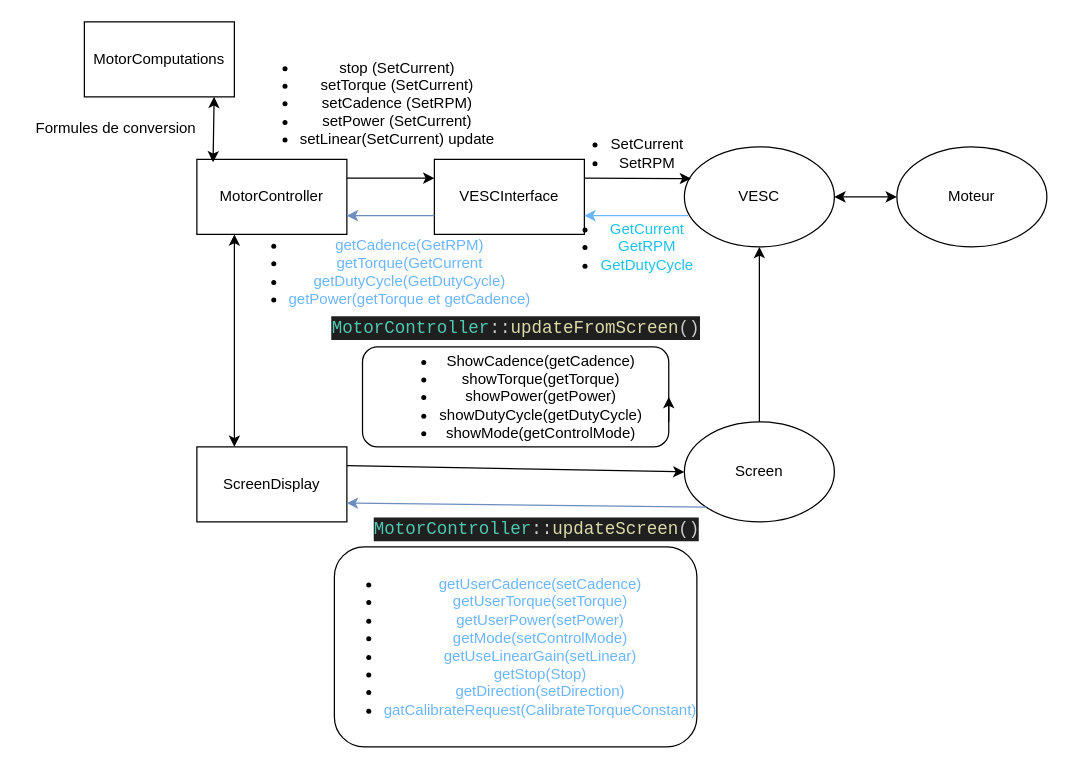
The draw.io diagram Diagramme sans nom.drawio in Yasmine-Salmouni/ProjetControlOdrive, before the edit. Source tidied: cells renumbered, new cells numbered last; positions are measured from the earlier drawing's top-left corner, leaving out a move shared by most shapes. Both pictures are drawn from the tidied source at 125%, with x=0, y=0 at pixel (21, 21).
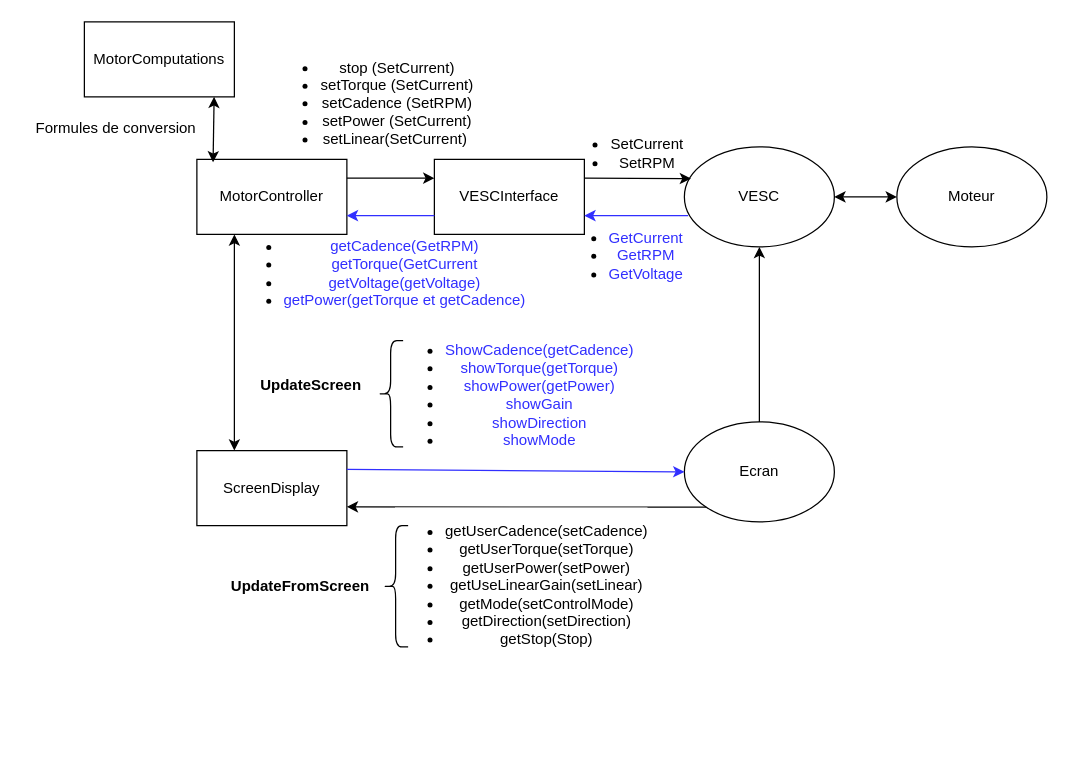
The same page after the edit.

Commit message:
diagramme modules

Unchanged cells that the change refers to:
```xml
<mxCell id="2" value="VESCInterface" style="rounded=0;whiteSpace=wrap;html=1;" parent="1" vertex="1">
  <mxGeometry x="330" y="110" width="120" height="60" as="geometry" />
</mxCell>
<mxCell id="3" value="MotorController" style="rounded=0;whiteSpace=wrap;html=1;" parent="1" vertex="1">
  <mxGeometry x="140" y="110" width="120" height="60" as="geometry" />
</mxCell>
```

Diff of the diagram source:
```diff
@@
     <mxCell id="4" value="ScreenDisplay" style="rounded=0;whiteSpace=wrap;html=1;" parent="1" vertex="1">
-      <mxGeometry x="140" y="340" width="120" height="60" as="geometry" />
+      <mxGeometry x="140" y="343" width="120" height="60" as="geometry" />
     </mxCell>
@@
-    <mxCell id="8" value="Screen" style="ellipse;whiteSpace=wrap;html=1;" parent="1" vertex="1">
+    <mxCell id="8" value="Ecran" style="ellipse;whiteSpace=wrap;html=1;" parent="1" vertex="1">
       <mxGeometry x="530" y="320" width="120" height="80" as="geometry" />
     </mxCell>
-    <mxCell id="9" style="endArrow=classic;html=1;rounded=0;entryX=1;entryY=0.75;entryDx=0;entryDy=0;fillColor=#dae8fc;strokeColor=#6CB5FF;" parent="1" edge="1" target="2">
+    <mxCell id="9" style="endArrow=classic;html=1;rounded=0;entryX=1;entryY=0.75;entryDx=0;entryDy=0;fillColor=#dae8fc;strokeColor=#312FFF;" parent="1" edge="1" target="2">
       <mxGeometry relative="1" as="geometry">
         <mxPoint x="533" y="155" as="sourcePoint" />
       </mxGeometry>
     </mxCell>
@@
-    <mxCell id="12" value="&lt;ul&gt;&lt;li&gt;&lt;font style=&quot;color: light-dark(rgb(30, 194, 235), rgb(237, 237, 237));&quot;&gt;GetCurrent&lt;/font&gt;&lt;/li&gt;&lt;li&gt;&lt;font style=&quot;color: light-dark(rgb(30, 194, 235), rgb(237, 237, 237));&quot;&gt;GetRPM&lt;/font&gt;&lt;/li&gt;&lt;li&gt;&lt;font color=&quot;#1ec2eb&quot;&gt;GetDutyCycle&lt;/font&gt;&lt;/li&gt;&lt;/ul&gt;" style="text;html=1;align=center;verticalAlign=middle;strokeColor=none;fillColor=none;" parent="1" vertex="1">
-      <mxGeometry x="410" y="140" width="140" height="80" as="geometry" />
+    <mxCell id="12" value="&lt;ul&gt;&lt;li&gt;&lt;font style=&quot;color: rgb(49, 47, 255);&quot;&gt;GetCurrent&lt;/font&gt;&lt;/li&gt;&lt;li&gt;&lt;font style=&quot;color: rgb(49, 47, 255);&quot;&gt;GetRPM&lt;/font&gt;&lt;/li&gt;&lt;li&gt;&lt;font style=&quot;color: rgb(49, 47, 255);&quot;&gt;GetVoltage&lt;/font&gt;&lt;/li&gt;&lt;/ul&gt;" style="text;html=1;align=center;verticalAlign=middle;strokeColor=none;fillColor=none;" parent="1" vertex="1">
+      <mxGeometry x="420" y="147" width="117" height="79" as="geometry" />
     </mxCell>
@@
-    <mxCell id="14" style="endArrow=classic;html=1;rounded=0;fillColor=#dae8fc;strokeColor=#6c8ebf;entryX=1;entryY=0.75;entryDx=0;entryDy=0;exitX=0;exitY=0.75;exitDx=0;exitDy=0;" parent="1" edge="1" source="2" target="3">
+    <mxCell id="14" style="endArrow=classic;html=1;rounded=0;fillColor=#dae8fc;strokeColor=#312FFF;entryX=1;entryY=0.75;entryDx=0;entryDy=0;exitX=0;exitY=0.75;exitDx=0;exitDy=0;" parent="1" edge="1" source="2" target="3">
       <mxGeometry relative="1" as="geometry" />
     </mxCell>
-    <mxCell id="15" value="&lt;ul&gt;&lt;li&gt;stop (SetCurrent)&lt;/li&gt;&lt;li&gt;setTorque (SetCurrent)&lt;/li&gt;&lt;li&gt;setCadence (SetRPM)&lt;/li&gt;&lt;li&gt;setPower (SetCurrent)&lt;/li&gt;&lt;li&gt;setLinear(SetCurrent) update&lt;/li&gt;&lt;/ul&gt;" style="text;html=1;align=center;verticalAlign=middle;strokeColor=none;fillColor=none;" parent="1" vertex="1">
-      <mxGeometry x="170" y="10" width="220" height="110" as="geometry" />
+    <mxCell id="15" value="&lt;ul&gt;&lt;li&gt;stop (SetCurrent)&lt;/li&gt;&lt;li&gt;setTorque (SetCurrent)&lt;/li&gt;&lt;li&gt;setCadence (SetRPM)&lt;/li&gt;&lt;li&gt;setPower (SetCurrent)&lt;/li&gt;&lt;li&gt;setLinear(SetCurrent)&amp;nbsp;&lt;/li&gt;&lt;/ul&gt;" style="text;html=1;align=center;verticalAlign=middle;strokeColor=none;fillColor=none;" parent="1" vertex="1">
+      <mxGeometry x="185" y="10" width="190" height="110" as="geometry" />
     </mxCell>
-    <mxCell id="16" value="&lt;ul&gt;&lt;li&gt;&lt;font color=&quot;#6cb5ff&quot;&gt;getCadence(GetRPM)&lt;/font&gt;&lt;/li&gt;&lt;li&gt;&lt;font color=&quot;#6cb5ff&quot;&gt;getTorque(GetCurrent&lt;/font&gt;&lt;/li&gt;&lt;li&gt;&lt;font color=&quot;#6cb5ff&quot;&gt;getDutyCycle(GetDutyCycle)&lt;/font&gt;&lt;/li&gt;&lt;li&gt;&lt;font color=&quot;#6cb5ff&quot;&gt;getPower(getTorque et getCadence)&lt;/font&gt;&lt;/li&gt;&lt;/ul&gt;" style="text;html=1;align=center;verticalAlign=middle;strokeColor=none;fillColor=none;" parent="1" vertex="1">
-      <mxGeometry x="160" y="150" width="260" height="100" as="geometry" />
+    <mxCell id="16" value="&lt;ul&gt;&lt;li&gt;&lt;font style=&quot;color: rgb(49, 47, 255);&quot;&gt;getCadence(GetRPM)&lt;/font&gt;&lt;/li&gt;&lt;li&gt;&lt;font style=&quot;color: rgb(49, 47, 255);&quot;&gt;getTorque(GetCurrent&lt;/font&gt;&lt;/li&gt;&lt;li&gt;&lt;font style=&quot;color: rgb(49, 47, 255);&quot;&gt;getVoltage(getVoltage)&lt;/font&gt;&lt;/li&gt;&lt;li&gt;&lt;font style=&quot;color: rgb(49, 47, 255);&quot;&gt;getPower(getTorque et getCadence)&lt;/font&gt;&lt;/li&gt;&lt;/ul&gt;" style="text;html=1;align=center;verticalAlign=middle;strokeColor=none;fillColor=none;" parent="1" vertex="1">
+      <mxGeometry x="160" y="154" width="251" height="94" as="geometry" />
     </mxCell>
@@
-    <mxCell id="18" style="endArrow=classic;html=1;rounded=0;exitX=1;exitY=0.25;exitDx=0;exitDy=0;entryX=0;entryY=0.5;entryDx=0;entryDy=0;" parent="1" edge="1" source="4" target="8">
+    <mxCell id="18" style="endArrow=classic;html=1;rounded=0;exitX=1;exitY=0.25;exitDx=0;exitDy=0;entryX=0;entryY=0.5;entryDx=0;entryDy=0;fontColor=#312FFF;strokeColor=#312FFF;" parent="1" edge="1" source="4" target="8">
       <mxGeometry relative="1" as="geometry" />
     </mxCell>
@@
-    <mxCell id="20" value="&lt;ul style=&quot;text-wrap-mode: nowrap;&quot;&gt;&lt;li&gt;ShowCadence(getCadence)&lt;/li&gt;&lt;li&gt;showTorque(getTorque)&lt;/li&gt;&lt;li&gt;showPower(getPower)&lt;/li&gt;&lt;li&gt;showDutyCycle(getDutyCycle)&lt;/li&gt;&lt;li&gt;showMode(getControlMode)&lt;/li&gt;&lt;/ul&gt;" style="rounded=1;whiteSpace=wrap;html=1;" parent="1" vertex="1">
-      <mxGeometry x="272.5" y="260" width="245" height="80" as="geometry" />
-    </mxCell>
-    <mxCell id="21" value="&lt;ul style=&quot;text-wrap-mode: nowrap;&quot;&gt;&lt;li&gt;&lt;font style=&quot;color: rgb(108, 181, 255);&quot;&gt;getUserCadence(setCadence)&lt;/font&gt;&lt;/li&gt;&lt;li&gt;&lt;font style=&quot;color: light-dark(rgb(108, 181, 255), rgb(237, 237, 237));&quot;&gt;getUserTorque(setTorque)&lt;/font&gt;&lt;/li&gt;&lt;li&gt;&lt;font style=&quot;color: light-dark(rgb(108, 181, 255), rgb(237, 237, 237));&quot;&gt;getUserPower(setPower)&lt;/font&gt;&lt;/li&gt;&lt;li&gt;&lt;font style=&quot;color: light-dark(rgb(108, 181, 255), rgb(237, 237, 237));&quot;&gt;getMode(setControlMode)&lt;/font&gt;&lt;/li&gt;&lt;li&gt;&lt;font style=&quot;color: light-dark(rgb(108, 181, 255), rgb(237, 237, 237));&quot;&gt;getUseLinearGain(setLinear)&lt;/font&gt;&lt;/li&gt;&lt;li&gt;&lt;font style=&quot;color: light-dark(rgb(108, 181, 255), rgb(237, 237, 237));&quot;&gt;getStop(Stop)&lt;/font&gt;&lt;/li&gt;&lt;li&gt;&lt;font style=&quot;color: light-dark(rgb(108, 181, 255), rgb(237, 237, 237));&quot;&gt;getDirection(setDirection)&lt;/font&gt;&lt;/li&gt;&lt;li&gt;&lt;font style=&quot;color: light-dark(rgb(108, 181, 255), rgb(237, 237, 237));&quot;&gt;gatCalibrateRequest(CalibrateTorqueConstant)&lt;/font&gt;&lt;/li&gt;&lt;/ul&gt;" style="rounded=1;whiteSpace=wrap;html=1;" parent="1" vertex="1">
-      <mxGeometry x="250" y="420" width="290" height="160" as="geometry" />
-    </mxCell>
-    <mxCell id="22" style="endArrow=classic;html=1;rounded=0;fillColor=#dae8fc;strokeColor=#6c8ebf;exitX=0;exitY=1;exitDx=0;exitDy=0;entryX=1;entryY=0.75;entryDx=0;entryDy=0;" parent="1" edge="1" source="8" target="4">
+    <mxCell id="22" style="endArrow=classic;html=1;rounded=0;fillColor=#f5f5f5;strokeColor=#000000;exitX=0;exitY=1;exitDx=0;exitDy=0;entryX=1;entryY=0.75;entryDx=0;entryDy=0;fontColor=#000000;" parent="1" edge="1" source="8" target="4">
       <mxGeometry relative="1" as="geometry" />
     </mxCell>
-    <mxCell id="23" value="&lt;div style=&quot;color: rgb(204, 204, 204); background-color: rgb(31, 31, 31); font-family: Consolas, &amp;quot;Courier New&amp;quot;, monospace; font-size: 14px; line-height: 19px; white-space-collapse: preserve;&quot;&gt;&lt;span style=&quot;color: #4ec9b0;&quot;&gt;MotorController&lt;/span&gt;::&lt;span style=&quot;color: #dcdcaa;&quot;&gt;updateFromScreen&lt;/span&gt;()&lt;/div&gt;" style="text;html=1;align=center;verticalAlign=middle;strokeColor=none;fillColor=none;" parent="1" vertex="1">
-      <mxGeometry x="250" y="230" width="290" height="30" as="geometry" />
-    </mxCell>
-    <mxCell id="24" value="&lt;div style=&quot;color: #cccccc;background-color: #1f1f1f;font-family: Consolas, 'Courier New', monospace;font-weight: normal;font-size: 14px;line-height: 19px;white-space: pre;&quot;&gt;&lt;div&gt;&lt;span style=&quot;color: #4ec9b0;&quot;&gt;MotorController&lt;/span&gt;&lt;span style=&quot;color: #cccccc;&quot;&gt;::&lt;/span&gt;&lt;span style=&quot;color: #dcdcaa;&quot;&gt;updateScreen&lt;/span&gt;&lt;span style=&quot;color: #cccccc;&quot;&gt;()&lt;/span&gt;&lt;/div&gt;&lt;/div&gt;" style="text;whiteSpace=wrap;html=1;" parent="1" vertex="1">
-      <mxGeometry x="280" y="390" width="270" height="40" as="geometry" />
-    </mxCell>
-    <mxCell id="25" style="edgeStyle=orthogonalEdgeStyle;rounded=0;orthogonalLoop=1;jettySize=auto;html=1;exitX=1;exitY=0.75;exitDx=0;exitDy=0;entryX=1;entryY=0.5;entryDx=0;entryDy=0;" parent="1" edge="1" source="20" target="20">
-      <mxGeometry relative="1" as="geometry" />
-    </mxCell>
@@
+    <mxCell id="29" value="&lt;ul style=&quot;forced-color-adjust: none; color: rgb(0, 0, 0); font-family: Helvetica; font-size: 12px; font-style: normal; font-variant-ligatures: normal; font-variant-caps: normal; font-weight: 400; letter-spacing: normal; orphans: 2; text-align: center; text-indent: 0px; text-transform: none; widows: 2; word-spacing: 0px; -webkit-text-stroke-width: 0px; white-space: nowrap; text-decoration-thickness: initial; text-decoration-style: initial; text-decoration-color: initial;&quot;&gt;&lt;li style=&quot;forced-color-adjust: none;&quot;&gt;&lt;font style=&quot;forced-color-adjust: none; color: light-dark(rgb(49, 47, 255), rgb(172, 170, 255));&quot;&gt;ShowCadence(getCadence)&lt;/font&gt;&lt;/li&gt;&lt;li style=&quot;forced-color-adjust: none;&quot;&gt;&lt;font style=&quot;forced-color-adjust: none; color: light-dark(rgb(49, 47, 255), rgb(172, 170, 255));&quot;&gt;showTorque(getTorque)&lt;/font&gt;&lt;/li&gt;&lt;li style=&quot;forced-color-adjust: none;&quot;&gt;&lt;font style=&quot;forced-color-adjust: none; color: light-dark(rgb(49, 47, 255), rgb(172, 170, 255));&quot;&gt;showPower(getPower)&lt;/font&gt;&lt;/li&gt;&lt;li style=&quot;forced-color-adjust: none;&quot;&gt;&lt;font style=&quot;forced-color-adjust: none; color: light-dark(rgb(49, 47, 255), rgb(172, 170, 255));&quot;&gt;showGain&lt;/font&gt;&lt;/li&gt;&lt;li style=&quot;forced-color-adjust: none;&quot;&gt;&lt;font style=&quot;forced-color-adjust: none; color: light-dark(rgb(49, 47, 255), rgb(172, 170, 255));&quot;&gt;showDirection&lt;/font&gt;&lt;/li&gt;&lt;li style=&quot;forced-color-adjust: none;&quot;&gt;&lt;font style=&quot;forced-color-adjust: none; color: light-dark(rgb(49, 47, 255), rgb(172, 170, 255));&quot;&gt;showMode&lt;/font&gt;&lt;/li&gt;&lt;/ul&gt;" style="text;whiteSpace=wrap;html=1;labelBackgroundColor=default;" parent="1" vertex="1">
+      <mxGeometry x="297" y="237" width="219" height="132" as="geometry" />
+    </mxCell>
+    <mxCell id="30" value="&lt;ul style=&quot;forced-color-adjust: none; color: rgb(0, 0, 0); font-family: Helvetica; font-size: 12px; font-style: normal; font-variant-ligatures: normal; font-variant-caps: normal; font-weight: 400; letter-spacing: normal; orphans: 2; text-align: center; text-indent: 0px; text-transform: none; widows: 2; word-spacing: 0px; -webkit-text-stroke-width: 0px; white-space: nowrap; text-decoration-thickness: initial; text-decoration-style: initial; text-decoration-color: initial;&quot;&gt;&lt;li style=&quot;forced-color-adjust: none;&quot;&gt;&lt;font style=&quot;forced-color-adjust: none; color: light-dark(rgb(0, 0, 0), rgb(237, 237, 237));&quot;&gt;getUserCadence(setCadence)&lt;/font&gt;&lt;/li&gt;&lt;li style=&quot;forced-color-adjust: none;&quot;&gt;&lt;font style=&quot;forced-color-adjust: none; color: light-dark(rgb(0, 0, 0), rgb(237, 237, 237));&quot;&gt;getUserTorque(setTorque)&lt;/font&gt;&lt;/li&gt;&lt;li style=&quot;forced-color-adjust: none;&quot;&gt;&lt;font style=&quot;forced-color-adjust: none; color: light-dark(rgb(0, 0, 0), rgb(237, 237, 237));&quot;&gt;getUserPower(setPower)&lt;/font&gt;&lt;/li&gt;&lt;li style=&quot;forced-color-adjust: none;&quot;&gt;&lt;font style=&quot;forced-color-adjust: none; color: light-dark(rgb(0, 0, 0), rgb(237, 237, 237));&quot;&gt;getUseLinearGain(setLinear)&lt;/font&gt;&lt;/li&gt;&lt;li style=&quot;forced-color-adjust: none;&quot;&gt;&lt;font style=&quot;forced-color-adjust: none; color: light-dark(rgb(0, 0, 0), rgb(237, 237, 237));&quot;&gt;getMode(setControlMode)&lt;/font&gt;&lt;/li&gt;&lt;li style=&quot;forced-color-adjust: none;&quot;&gt;&lt;font style=&quot;forced-color-adjust: none; color: light-dark(rgb(0, 0, 0), rgb(237, 237, 237));&quot;&gt;getDirection(setDirection)&lt;/font&gt;&lt;/li&gt;&lt;li style=&quot;forced-color-adjust: none;&quot;&gt;&lt;font style=&quot;forced-color-adjust: none; color: light-dark(rgb(0, 0, 0), rgb(237, 237, 237));&quot;&gt;getStop(Stop)&lt;/font&gt;&lt;/li&gt;&lt;/ul&gt;" style="text;whiteSpace=wrap;html=1;labelBackgroundColor=default;" parent="1" vertex="1">
+      <mxGeometry x="297" y="382" width="230" height="147" as="geometry" />
+    </mxCell>
+    <mxCell id="31" style="shape=curlyBracket;whiteSpace=wrap;html=1;rounded=1;labelPosition=left;verticalLabelPosition=middle;align=right;verticalAlign=middle;" parent="1" vertex="1">
+      <mxGeometry x="285" y="255" width="20" height="85" as="geometry" />
+    </mxCell>
+    <mxCell id="32" value="&lt;b&gt;UpdateScreen&lt;/b&gt;" style="text;html=1;align=center;verticalAlign=middle;strokeColor=none;fillColor=none;" parent="1" vertex="1">
+      <mxGeometry x="181" y="278" width="99" height="26" as="geometry" />
+    </mxCell>
+    <mxCell id="33" style="shape=curlyBracket;whiteSpace=wrap;html=1;rounded=1;labelPosition=left;verticalLabelPosition=middle;align=right;verticalAlign=middle;" parent="1" vertex="1">
+      <mxGeometry x="289" y="403" width="20" height="97" as="geometry" />
+    </mxCell>
+    <mxCell id="34" value="&lt;b&gt;UpdateFromScreen&lt;/b&gt;" style="text;html=1;align=center;verticalAlign=middle;whiteSpace=wrap;rounded=0;" parent="1" vertex="1">
+      <mxGeometry x="193" y="436.5" width="60" height="30" as="geometry" />
+    </mxCell>
```
